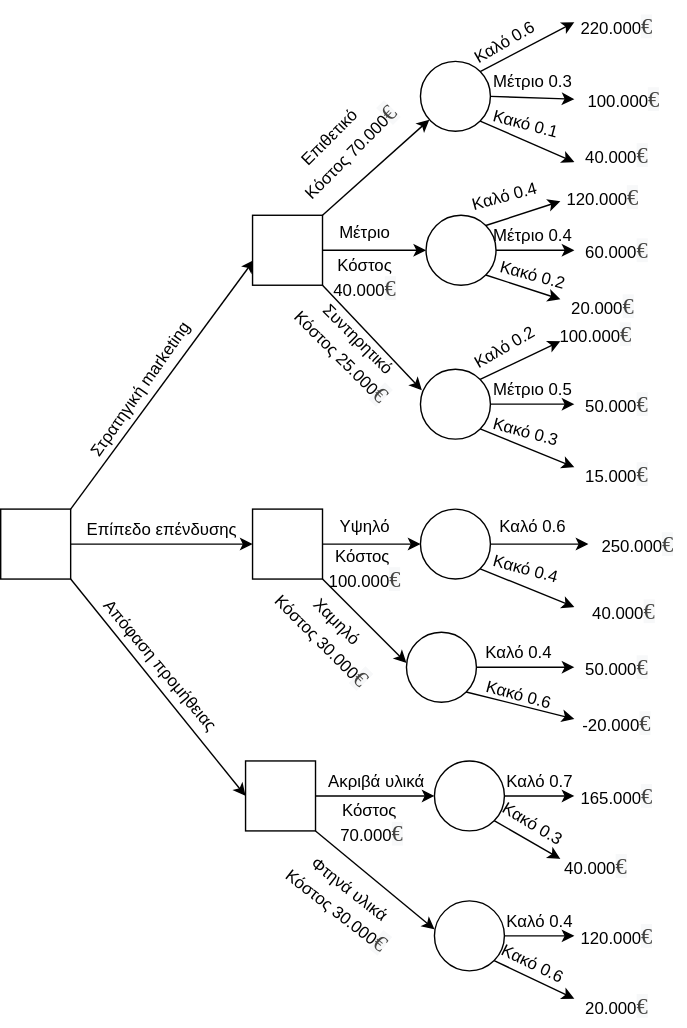
Before: DecisionTree.svg, a diagram exported from draw.io (Thomaskald/DecisionsSupportSystems). Source tidied: cells renumbered, new cells last; positions are measured from the earlier drawing's top-left corner, leaving out a move shared by most shapes.
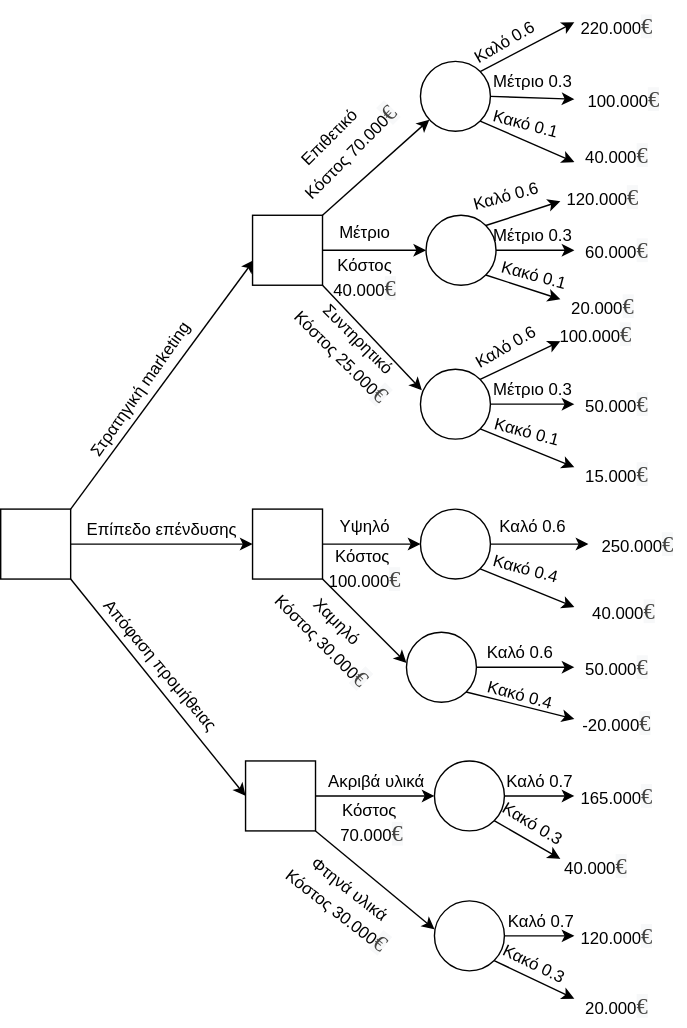
Above is the later version.

What changed in the source:
```diff
@@ -95,14 +95,14 @@
     <mxCell id="28" value="20.000&lt;span style=&quot;color: rgb(67, 67, 65); font-family: __Inter_e8ce0c, __Inter_Fallback_e8ce0c; font-size: 16px; text-align: left; text-wrap-mode: wrap; background-color: rgb(247, 248, 249);&quot;&gt;€&lt;/span&gt;" style="text;html=1;align=center;verticalAlign=middle;strokeColor=none;fillColor=none;" parent="1" vertex="1">
       <mxGeometry x="395" y="200" width="70" height="30" as="geometry" />
     </mxCell>
-    <mxCell id="29" value="Καλό 0.4" style="text;html=1;align=center;verticalAlign=middle;strokeColor=none;fillColor=none;rotation=-15;" parent="1" vertex="1">
-      <mxGeometry x="325" y="122" width="70" height="30" as="geometry" />
+    <mxCell id="29" value="Καλό 0.6" style="text;html=1;align=center;verticalAlign=middle;strokeColor=none;fillColor=none;rotation=-15;" parent="1" vertex="1">
+      <mxGeometry x="328" y="124" width="65" height="26" as="geometry" />
     </mxCell>
-    <mxCell id="30" value="Μέτριο 0.4" style="text;html=1;align=center;verticalAlign=middle;strokeColor=none;fillColor=none;" parent="1" vertex="1">
-      <mxGeometry x="340" y="150" width="80" height="30" as="geometry" />
+    <mxCell id="30" value="Μέτριο 0.3" style="text;html=1;align=center;verticalAlign=middle;strokeColor=none;fillColor=none;" parent="1" vertex="1">
+      <mxGeometry x="343" y="152" width="74" height="26" as="geometry" />
     </mxCell>
-    <mxCell id="31" value="Κακό 0.2" style="text;html=1;align=center;verticalAlign=middle;strokeColor=none;fillColor=none;rotation=15;" parent="1" vertex="1">
-      <mxGeometry x="345" y="178" width="70" height="30" as="geometry" />
+    <mxCell id="31" value="Κακό 0.1" style="text;html=1;align=center;verticalAlign=middle;strokeColor=none;fillColor=none;rotation=15;" parent="1" vertex="1">
+      <mxGeometry x="348" y="180" width="65" height="26" as="geometry" />
     </mxCell>
     <mxCell id="32" style="endArrow=classic;html=1;rounded=0;exitX=0.75;exitY=1;exitDx=0;exitDy=0;entryX=0.02;entryY=0.3;entryDx=0;entryDy=0;entryPerimeter=0;" parent="1" edge="1" target="33">
       <mxGeometry relative="1" as="geometry">
@@ -127,14 +127,14 @@
         <mxPoint x="410" y="330" as="targetPoint" />
       </mxGeometry>
     </mxCell>
-    <mxCell id="37" value="Καλό 0.2" style="text;html=1;align=center;verticalAlign=middle;strokeColor=none;fillColor=none;rotation=-30;" parent="1" vertex="1">
-      <mxGeometry x="325" y="230" width="70" height="30" as="geometry" />
+    <mxCell id="37" value="Καλό 0.6" style="text;html=1;align=center;verticalAlign=middle;strokeColor=none;fillColor=none;rotation=-30;" parent="1" vertex="1">
+      <mxGeometry x="328" y="232" width="65" height="26" as="geometry" />
     </mxCell>
-    <mxCell id="38" value="Μέτριο 0.5" style="text;html=1;align=center;verticalAlign=middle;strokeColor=none;fillColor=none;" parent="1" vertex="1">
-      <mxGeometry x="340" y="260" width="80" height="30" as="geometry" />
+    <mxCell id="38" value="Μέτριο 0.3" style="text;html=1;align=center;verticalAlign=middle;strokeColor=none;fillColor=none;" parent="1" vertex="1">
+      <mxGeometry x="343" y="262" width="74" height="26" as="geometry" />
     </mxCell>
-    <mxCell id="39" value="Κακό 0.3" style="text;html=1;align=center;verticalAlign=middle;strokeColor=none;fillColor=none;rotation=15;" parent="1" vertex="1">
-      <mxGeometry x="340" y="290" width="70" height="30" as="geometry" />
+    <mxCell id="39" value="Κακό 0.1" style="text;html=1;align=center;verticalAlign=middle;strokeColor=none;fillColor=none;rotation=15;" parent="1" vertex="1">
+      <mxGeometry x="343" y="292" width="65" height="26" as="geometry" />
     </mxCell>
     <mxCell id="40" value="Συντηρητικό&lt;div&gt;Κόστος 25.000&lt;span style=&quot;background-color: rgb(247, 248, 249); color: rgb(67, 67, 65); font-family: __Inter_e8ce0c, __Inter_Fallback_e8ce0c; font-size: 16px; text-align: left; text-wrap-mode: wrap;&quot;&gt;€&lt;/span&gt;&lt;/div&gt;" style="text;html=1;align=center;verticalAlign=middle;strokeColor=none;fillColor=none;rotation=45;" parent="1" vertex="1">
       <mxGeometry x="194" y="220" width="110" height="50" as="geometry" />
@@ -204,16 +204,16 @@
         <mxPoint x="410" y="473" as="targetPoint" />
       </mxGeometry>
     </mxCell>
-    <mxCell id="60" value="Καλό 0.4" style="text;html=1;align=center;verticalAlign=middle;strokeColor=none;fillColor=none;" parent="1" vertex="1">
-      <mxGeometry x="335" y="448" width="70" height="30" as="geometry" />
+    <mxCell id="60" value="Καλό 0.6" style="text;html=1;align=center;verticalAlign=middle;strokeColor=none;fillColor=none;" parent="1" vertex="1">
+      <mxGeometry x="338" y="450" width="65" height="26" as="geometry" />
     </mxCell>
     <mxCell id="61" style="endArrow=classic;html=1;rounded=0;exitX=1;exitY=1;exitDx=0;exitDy=0;" parent="1" edge="1" source="58">
       <mxGeometry relative="1" as="geometry">
         <mxPoint x="410" y="510" as="targetPoint" />
       </mxGeometry>
     </mxCell>
-    <mxCell id="62" value="Κακό 0.6" style="text;html=1;align=center;verticalAlign=middle;strokeColor=none;fillColor=none;rotation=15;" parent="1" vertex="1">
-      <mxGeometry x="335" y="478" width="70" height="30" as="geometry" />
+    <mxCell id="62" value="Κακό 0.4" style="text;html=1;align=center;verticalAlign=middle;strokeColor=none;fillColor=none;rotation=15;" parent="1" vertex="1">
+      <mxGeometry x="338" y="480" width="65" height="26" as="geometry" />
     </mxCell>
     <mxCell id="63" value="50.000&lt;span style=&quot;color: rgb(67, 67, 65); font-family: __Inter_e8ce0c, __Inter_Fallback_e8ce0c; font-size: 16px; text-align: left; text-wrap-mode: wrap; background-color: rgb(247, 248, 249);&quot;&gt;€&lt;/span&gt;" style="text;html=1;align=center;verticalAlign=middle;strokeColor=none;fillColor=none;" parent="1" vertex="1">
       <mxGeometry x="405" y="458" width="70" height="30" as="geometry" />
@@ -281,8 +281,8 @@
         <mxPoint x="410" y="665" as="targetPoint" />
       </mxGeometry>
     </mxCell>
-    <mxCell id="83" value="Καλό 0.4" style="text;html=1;align=center;verticalAlign=middle;strokeColor=none;fillColor=none;" parent="1" vertex="1">
-      <mxGeometry x="350" y="640" width="70" height="30" as="geometry" />
+    <mxCell id="83" value="Καλό 0.7" style="text;html=1;align=center;verticalAlign=middle;strokeColor=none;fillColor=none;" parent="1" vertex="1">
+      <mxGeometry x="353" y="642" width="65" height="26" as="geometry" />
     </mxCell>
     <mxCell id="84" value="120.000&lt;span style=&quot;color: rgb(67, 67, 65); font-family: __Inter_e8ce0c, __Inter_Fallback_e8ce0c; font-size: 16px; text-align: left; text-wrap-mode: wrap; background-color: rgb(247, 248, 249);&quot;&gt;€&lt;/span&gt;" style="text;html=1;align=center;verticalAlign=middle;strokeColor=none;fillColor=none;" parent="1" vertex="1">
       <mxGeometry x="405" y="650" width="70" height="30" as="geometry" />
@@ -292,8 +292,8 @@
         <mxPoint x="410" y="710" as="targetPoint" />
       </mxGeometry>
     </mxCell>
-    <mxCell id="86" value="Κακό 0.6" style="text;html=1;align=center;verticalAlign=middle;strokeColor=none;fillColor=none;rotation=26;" parent="1" vertex="1">
-      <mxGeometry x="345" y="670" width="70" height="30" as="geometry" />
+    <mxCell id="86" value="Κακό 0.3" style="text;html=1;align=center;verticalAlign=middle;strokeColor=none;fillColor=none;rotation=26;" parent="1" vertex="1">
+      <mxGeometry x="348" y="672" width="65" height="26" as="geometry" />
     </mxCell>
     <mxCell id="87" value="20.000&lt;span style=&quot;color: rgb(67, 67, 65); font-family: __Inter_e8ce0c, __Inter_Fallback_e8ce0c; font-size: 16px; text-align: left; text-wrap-mode: wrap; background-color: rgb(247, 248, 249);&quot;&gt;€&lt;/span&gt;" style="text;html=1;align=center;verticalAlign=middle;strokeColor=none;fillColor=none;" parent="1" vertex="1">
       <mxGeometry x="405" y="700" width="70" height="30" as="geometry" />
```
